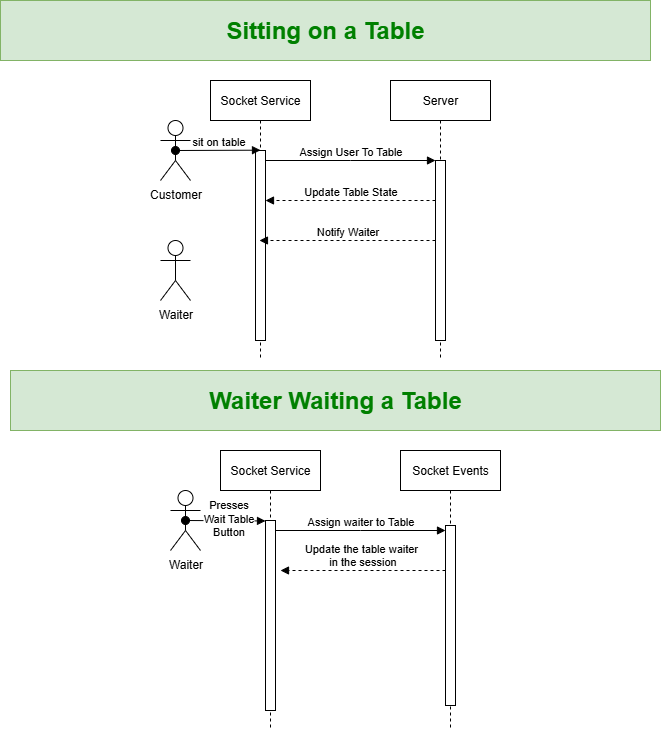
Above: Diagrams/Sequence_DiagramV1.drawio.png in EyasSh/Resturant (draw.io), before the change. Source tidied: cells renumbered, new cells last; positions are measured from the earlier drawing's top-left corner, leaving out a move shared by most shapes.
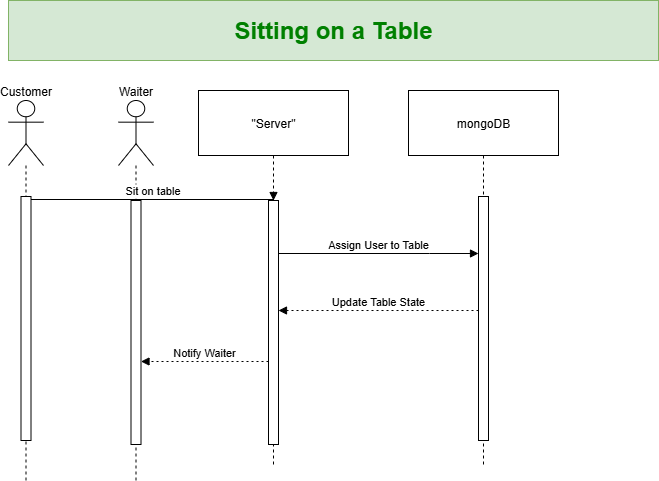
Above is the later version.

What changed in the source:
```diff
@@ -2,86 +2,59 @@
   <root>
     <mxCell id="0" />
     <mxCell id="1" parent="0" />
-    <mxCell id="2" value="Socket Service" style="shape=umlLifeline;perimeter=lifelinePerimeter;whiteSpace=wrap;html=1;outlineConnect=0;portConstraint=eastwest;newEdgeStyle={&quot;edgeStyle&quot;:&quot;elbowEdgeStyle&quot;,&quot;elbow&quot;:&quot;vertical&quot;,&quot;curved&quot;:0,&quot;rounded&quot;:0};" parent="1" vertex="1">
-      <mxGeometry x="210" y="80" width="100" height="280" as="geometry" />
-    </mxCell>
-    <mxCell id="3" style="html=1;points=[];perimeter=orthogonalPerimeter;outlineConnect=0;targetShapes=umlLifeline;portConstraint=eastwest;newEdgeStyle={&quot;edgeStyle&quot;:&quot;elbowEdgeStyle&quot;,&quot;elbow&quot;:&quot;vertical&quot;,&quot;curved&quot;:0,&quot;rounded&quot;:0};" parent="2" vertex="1">
-      <mxGeometry x="45" y="70" width="10" height="190" as="geometry" />
-    </mxCell>
-    <mxCell id="4" value="Server" style="shape=umlLifeline;perimeter=lifelinePerimeter;whiteSpace=wrap;html=1;newEdgeStyle={&quot;edgeStyle&quot;:&quot;elbowEdgeStyle&quot;,&quot;elbow&quot;:&quot;vertical&quot;,&quot;curved&quot;:0,&quot;rounded&quot;:0};" parent="1" vertex="1">
-      <mxGeometry x="390" y="80" width="100" height="280" as="geometry" />
-    </mxCell>
-    <mxCell id="5" style="html=1;points=[];perimeter=orthogonalPerimeter;outlineConnect=0;targetShapes=umlLifeline;portConstraint=eastwest;newEdgeStyle={&quot;edgeStyle&quot;:&quot;elbowEdgeStyle&quot;,&quot;elbow&quot;:&quot;vertical&quot;,&quot;curved&quot;:0,&quot;rounded&quot;:0};" parent="4" vertex="1">
-      <mxGeometry x="45" y="80" width="10" height="180" as="geometry" />
-    </mxCell>
-    <mxCell id="6" value="Assign User To Table" style="html=1;verticalAlign=bottom;endArrow=block;edgeStyle=elbowEdgeStyle;elbow=vertical;curved=0;rounded=0;" parent="1" edge="1" source="3" target="5">
-      <mxGeometry relative="1" as="geometry">
-        <Array as="points">
-          <mxPoint x="350" y="160" />
-        </Array>
-      </mxGeometry>
-    </mxCell>
+    <mxCell id="9" value="Customer" style="shape=umlLifeline;perimeter=lifelinePerimeter;whiteSpace=wrap;outlineConnect=0;portConstraint=eastwest;newEdgeStyle={&quot;edgeStyle&quot;:&quot;elbowEdgeStyle&quot;,&quot;elbow&quot;:&quot;vertical&quot;,&quot;curved&quot;:0,&quot;rounded&quot;:0};participant=umlActor;verticalAlign=bottom;labelPosition=center;verticalLabelPosition=top;align=center;size=65;" parent="1" vertex="1">
+      <mxGeometry x="180" y="370" width="35" height="380" as="geometry" />
+    </mxCell>
+    <mxCell id="22" style="html=1;points=[[0,0,0,0,5],[0,1,0,0,-5],[1,0,0,0,5],[1,1,0,0,-5]];perimeter=orthogonalPerimeter;outlineConnect=0;targetShapes=umlLifeline;portConstraint=eastwest;newEdgeStyle={&quot;curved&quot;:0,&quot;rounded&quot;:0};" parent="9" vertex="1">
+      <mxGeometry x="12.5" y="96" width="10" height="244" as="geometry" />
+    </mxCell>
+    <mxCell id="23" value="Waiter" style="shape=umlLifeline;perimeter=lifelinePerimeter;whiteSpace=wrap;newEdgeStyle={&quot;edgeStyle&quot;:&quot;elbowEdgeStyle&quot;,&quot;elbow&quot;:&quot;vertical&quot;,&quot;curved&quot;:0,&quot;rounded&quot;:0};participant=umlActor;verticalAlign=bottom;labelPosition=center;verticalLabelPosition=top;align=center;size=65;" parent="1" vertex="1">
+      <mxGeometry x="290" y="370" width="35" height="380" as="geometry" />
+    </mxCell>
+    <mxCell id="24" style="html=1;points=[[0,0,0,0,5],[0,1,0,0,-5],[1,0,0,0,5],[1,1,0,0,-5]];perimeter=orthogonalPerimeter;outlineConnect=0;targetShapes=umlLifeline;portConstraint=eastwest;newEdgeStyle={&quot;curved&quot;:0,&quot;rounded&quot;:0};" parent="23" vertex="1">
+      <mxGeometry x="12.5" y="100" width="10" height="244" as="geometry" />
+    </mxCell>
+    <mxCell id="25" value="&quot;Server&quot;" style="shape=umlLifeline;perimeter=lifelinePerimeter;whiteSpace=wrap;newEdgeStyle={&quot;edgeStyle&quot;:&quot;elbowEdgeStyle&quot;,&quot;elbow&quot;:&quot;vertical&quot;,&quot;curved&quot;:0,&quot;rounded&quot;:0};size=65;" parent="1" vertex="1">
+      <mxGeometry x="370" y="360" width="150" height="376" as="geometry" />
+    </mxCell>
+    <mxCell id="26" style="html=1;points=[[0,0,0,0,5],[0,1,0,0,-5],[1,0,0,0,5],[1,1,0,0,-5]];perimeter=orthogonalPerimeter;outlineConnect=0;targetShapes=umlLifeline;portConstraint=eastwest;newEdgeStyle={&quot;curved&quot;:0,&quot;rounded&quot;:0};" parent="25" vertex="1">
+      <mxGeometry x="70" y="110" width="10" height="244" as="geometry" />
+    </mxCell>
+    <mxCell id="27" value="mongoDB" style="shape=umlLifeline;perimeter=lifelinePerimeter;whiteSpace=wrap;newEdgeStyle={&quot;edgeStyle&quot;:&quot;elbowEdgeStyle&quot;,&quot;elbow&quot;:&quot;vertical&quot;,&quot;curved&quot;:0,&quot;rounded&quot;:0};size=65;" parent="1" vertex="1">
+      <mxGeometry x="580" y="360" width="150" height="376" as="geometry" />
+    </mxCell>
+    <mxCell id="28" style="html=1;points=[[0,0,0,0,5],[0,1,0,0,-5],[1,0,0,0,5],[1,1,0,0,-5]];perimeter=orthogonalPerimeter;outlineConnect=0;targetShapes=umlLifeline;portConstraint=eastwest;newEdgeStyle={&quot;curved&quot;:0,&quot;rounded&quot;:0};" parent="27" vertex="1">
+      <mxGeometry x="70" y="106" width="10" height="244" as="geometry" />
+    </mxCell>
+    <mxCell id="29" value="Sit on table" style="verticalAlign=bottom;edgeStyle=elbowEdgeStyle;elbow=vertical;curved=0;rounded=0;endArrow=block;" parent="1" edge="1" source="22" target="26">
+      <mxGeometry relative="1" as="geometry">
+        <Array as="points">
+          <mxPoint x="294" y="469" />
+        </Array>
+      </mxGeometry>
+    </mxCell>
+    <mxCell id="30" value="Assign User to Table" style="verticalAlign=bottom;edgeStyle=elbowEdgeStyle;elbow=vertical;curved=0;rounded=0;endArrow=block;" parent="1" edge="1" source="26" target="28">
+      <mxGeometry relative="1" as="geometry">
+        <Array as="points">
+          <mxPoint x="601" y="523" />
+        </Array>
+      </mxGeometry>
+    </mxCell>
-    <mxCell id="7" value="Update Table State" style="html=1;verticalAlign=bottom;endArrow=block;edgeStyle=elbowEdgeStyle;elbow=vertical;curved=0;rounded=0;dashed=1;" parent="1" edge="1" source="5" target="3">
+    <mxCell id="7" value="Update Table State" style="verticalAlign=bottom;edgeStyle=elbowEdgeStyle;elbow=vertical;curved=0;rounded=0;dashed=1;dashPattern=2 3;endArrow=block;" parent="1" edge="1" target="26">
       <mxGeometry relative="1" as="geometry">
-        <Array as="points">
-          <mxPoint x="360" y="200" />
-        </Array>
+        <mxPoint x="650" y="580" as="sourcePoint" />
       </mxGeometry>
     </mxCell>
+    <mxCell id="12" value="Notify Waiter" style="verticalAlign=bottom;edgeStyle=elbowEdgeStyle;elbow=vertical;curved=0;rounded=0;dashed=1;dashPattern=2 3;endArrow=block;" parent="1" edge="1" target="24">
+      <mxGeometry relative="1" as="geometry">
+        <mxPoint x="440" y="631" as="sourcePoint" />
+        <Array as="points">
+          <mxPoint x="397" y="631" />
+        </Array>
+      </mxGeometry>
+    </mxCell>
     <mxCell id="8" value="&lt;h1&gt;&lt;span style=&quot;color: light-dark(rgb(0, 128, 0), rgb(237, 237, 237));&quot;&gt;Sitting on a Table&lt;/span&gt;&lt;/h1&gt;" style="rounded=0;whiteSpace=wrap;html=1;fillColor=#d5e8d4;strokeColor=#82b366;" parent="1" vertex="1">
-      <mxGeometry width="650" height="60" as="geometry" />
+      <mxGeometry x="180" y="270" width="650" height="60" as="geometry" />
     </mxCell>
-    <mxCell id="9" value="Customer" style="shape=umlActor;verticalLabelPosition=bottom;verticalAlign=top;html=1;outlineConnect=0;" parent="1" vertex="1">
-      <mxGeometry x="160" y="120" width="30" height="60" as="geometry" />
-    </mxCell>
-    <mxCell id="10" value="Waiter" style="shape=umlActor;verticalLabelPosition=bottom;verticalAlign=top;html=1;" parent="1" vertex="1">
-      <mxGeometry x="160" y="240" width="30" height="60" as="geometry" />
-    </mxCell>
-    <mxCell id="11" value="sit on table" style="html=1;verticalAlign=bottom;startArrow=oval;endArrow=block;startSize=8;edgeStyle=elbowEdgeStyle;elbow=vertical;curved=0;rounded=0;exitX=0.5;exitY=0.5;exitDx=0;exitDy=0;exitPerimeter=0;" parent="1" edge="1" source="9" target="3">
-      <mxGeometry relative="1" as="geometry" />
-    </mxCell>
-    <mxCell id="12" value="Notify Waiter" style="html=1;verticalAlign=bottom;endArrow=block;edgeStyle=elbowEdgeStyle;elbow=horizontal;curved=0;rounded=0;dashed=1;" parent="1" edge="1" source="5" target="2">
-      <mxGeometry relative="1" as="geometry">
-        <Array as="points">
-          <mxPoint x="360" y="240" />
-        </Array>
-      </mxGeometry>
-    </mxCell>
-    <mxCell id="13" value="&lt;h1&gt;&lt;span style=&quot;color: light-dark(rgb(0, 128, 0), rgb(237, 237, 237));&quot;&gt;Waiter Waiting a Table&lt;/span&gt;&lt;/h1&gt;" style="rounded=0;whiteSpace=wrap;html=1;fillColor=#d5e8d4;strokeColor=#82b366;" parent="1" vertex="1">
-      <mxGeometry x="10" y="370" width="650" height="60" as="geometry" />
-    </mxCell>
-    <mxCell id="14" value="Socket Service" style="shape=umlLifeline;perimeter=lifelinePerimeter;whiteSpace=wrap;html=1;newEdgeStyle={&quot;edgeStyle&quot;:&quot;elbowEdgeStyle&quot;,&quot;elbow&quot;:&quot;vertical&quot;,&quot;curved&quot;:0,&quot;rounded&quot;:0};" parent="1" vertex="1">
-      <mxGeometry x="220" y="450" width="100" height="280" as="geometry" />
-    </mxCell>
-    <mxCell id="15" style="html=1;points=[];perimeter=orthogonalPerimeter;outlineConnect=0;targetShapes=umlLifeline;portConstraint=eastwest;newEdgeStyle={&quot;edgeStyle&quot;:&quot;elbowEdgeStyle&quot;,&quot;elbow&quot;:&quot;vertical&quot;,&quot;curved&quot;:0,&quot;rounded&quot;:0};" parent="14" vertex="1">
-      <mxGeometry x="45" y="70" width="10" height="190" as="geometry" />
-    </mxCell>
-    <mxCell id="16" value="Socket Events" style="shape=umlLifeline;perimeter=lifelinePerimeter;whiteSpace=wrap;html=1;newEdgeStyle={&quot;edgeStyle&quot;:&quot;elbowEdgeStyle&quot;,&quot;elbow&quot;:&quot;vertical&quot;,&quot;curved&quot;:0,&quot;rounded&quot;:0};" parent="1" vertex="1">
-      <mxGeometry x="400" y="450" width="100" height="280" as="geometry" />
-    </mxCell>
-    <mxCell id="17" style="html=1;points=[];perimeter=orthogonalPerimeter;outlineConnect=0;targetShapes=umlLifeline;portConstraint=eastwest;newEdgeStyle={&quot;edgeStyle&quot;:&quot;elbowEdgeStyle&quot;,&quot;elbow&quot;:&quot;vertical&quot;,&quot;curved&quot;:0,&quot;rounded&quot;:0};" parent="16" vertex="1">
-      <mxGeometry x="45" y="75" width="10" height="180" as="geometry" />
-    </mxCell>
-    <mxCell id="18" value="Assign waiter to Table" style="html=1;verticalAlign=bottom;endArrow=block;edgeStyle=elbowEdgeStyle;elbow=vertical;curved=0;rounded=0;" parent="1" edge="1" source="15" target="17">
-      <mxGeometry relative="1" as="geometry">
-        <Array as="points">
-          <mxPoint x="360" y="530" />
-        </Array>
-      </mxGeometry>
-    </mxCell>
-    <mxCell id="19" value="&lt;div&gt;Update the table waiter&amp;nbsp;&lt;/div&gt;&lt;div&gt;in the session&lt;/div&gt;" style="html=1;verticalAlign=bottom;endArrow=block;edgeStyle=elbowEdgeStyle;elbow=vertical;curved=0;rounded=0;dashed=1;" parent="1" edge="1" source="17">
-      <mxGeometry relative="1" as="geometry">
-        <mxPoint x="280" y="570" as="targetPoint" />
-        <Array as="points">
-          <mxPoint x="370" y="570" />
-        </Array>
-      </mxGeometry>
-    </mxCell>
-    <mxCell id="20" value="Waiter" style="shape=umlActor;verticalLabelPosition=bottom;verticalAlign=top;html=1;outlineConnect=0;" parent="1" vertex="1">
-      <mxGeometry x="170" y="490" width="30" height="60" as="geometry" />
-    </mxCell>
-    <mxCell id="21" value="&lt;div&gt;Presses&lt;/div&gt;&lt;div&gt;Wait Table&lt;/div&gt;&lt;div&gt;Button&lt;/div&gt;" style="html=1;verticalAlign=bottom;startArrow=oval;endArrow=block;startSize=8;edgeStyle=elbowEdgeStyle;elbow=vertical;curved=0;rounded=0;exitX=0.5;exitY=0.5;exitDx=0;exitDy=0;exitPerimeter=0;" parent="1" edge="1" source="20" target="15">
-      <mxGeometry x="0.06" y="-20" relative="1" as="geometry" />
-    </mxCell>
   </root>
 </mxGraphModel>
```
